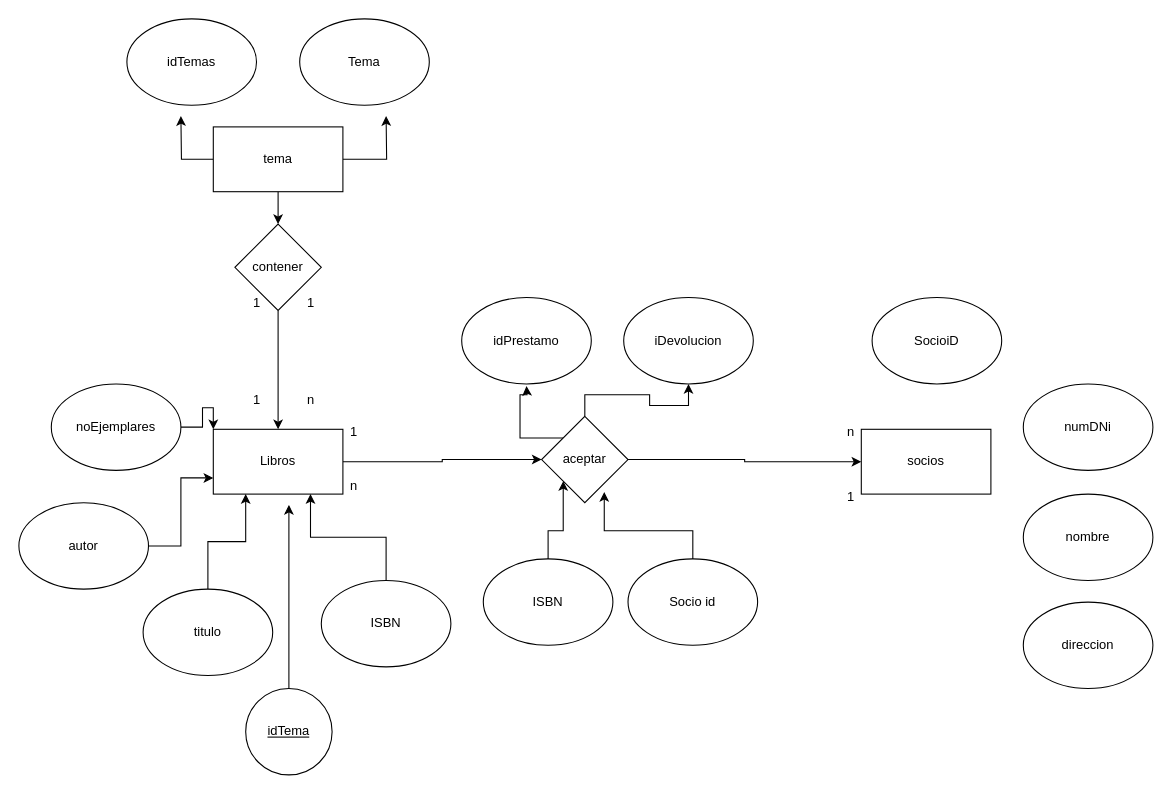
cohet3/Diagramas keeps this draw.io diagram as BibliobusDiseno.drawio. Above is the earlier version. Source tidied: cells renumbered, new cells numbered last; positions are measured from the earlier drawing's top-left corner, leaving out a move shared by most shapes. Both pictures are drawn from the tidied source at 108%, with x=0, y=0 at pixel (18, 18).
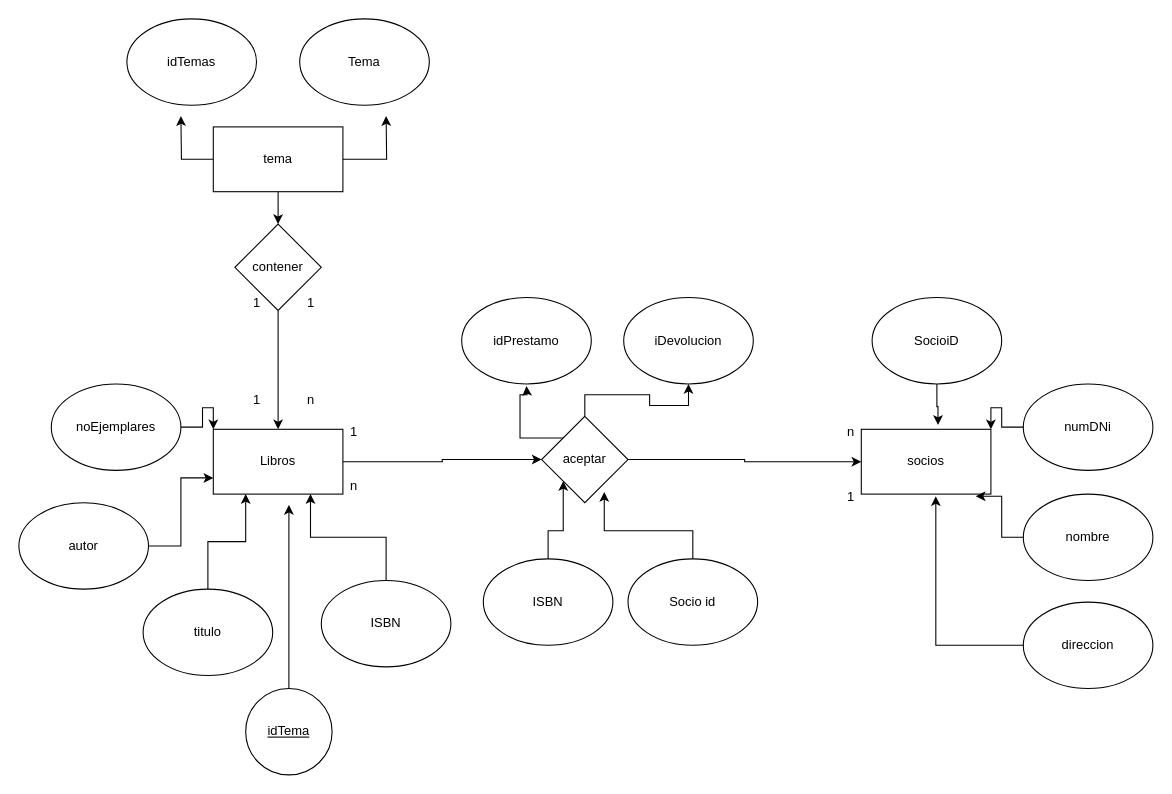
The same page after the edit.

The change refers to these unchanged cells:
```xml
<mxCell id="12" value="socios" style="rounded=0;whiteSpace=wrap;html=1;" parent="1" vertex="1">
  <mxGeometry x="780" y="380" width="120" height="60" as="geometry" />
</mxCell>
<mxCell id="23" value="SocioiD" style="ellipse;whiteSpace=wrap;html=1;" parent="1" vertex="1">
  <mxGeometry x="790" y="258" width="120" height="80" as="geometry" />
</mxCell>
<mxCell id="24" value="numDNi" style="ellipse;whiteSpace=wrap;html=1;" parent="1" vertex="1">
  <mxGeometry x="930" y="338" width="120" height="80" as="geometry" />
</mxCell>
<mxCell id="25" value="nombre" style="ellipse;whiteSpace=wrap;html=1;" parent="1" vertex="1">
  <mxGeometry x="930" y="440" width="120" height="80" as="geometry" />
</mxCell>
<mxCell id="26" value="direccion" style="ellipse;whiteSpace=wrap;html=1;" parent="1" vertex="1">
  <mxGeometry x="930" y="540" width="120" height="80" as="geometry" />
</mxCell>
```

What changed in the source:
```diff
@@
+    <mxCell id="45" style="edgeStyle=orthogonalEdgeStyle;rounded=0;jettySize=auto;html=1;entryX=1;entryY=0;entryDx=0;entryDy=0;" parent="1" edge="1" source="24" target="12">
+      <mxGeometry relative="1" as="geometry" />
+    </mxCell>
@@
+    <mxCell id="46" style="edgeStyle=orthogonalEdgeStyle;rounded=0;jettySize=auto;html=1;entryX=0.592;entryY=-0.067;entryDx=0;entryDy=0;entryPerimeter=0;" parent="1" edge="1" source="23" target="12">
+      <mxGeometry relative="1" as="geometry" />
+    </mxCell>
+    <mxCell id="47" style="edgeStyle=orthogonalEdgeStyle;rounded=0;jettySize=auto;html=1;entryX=0.883;entryY=1.033;entryDx=0;entryDy=0;entryPerimeter=0;" parent="1" edge="1" source="25" target="12">
+      <mxGeometry relative="1" as="geometry" />
+    </mxCell>
+    <mxCell id="48" style="edgeStyle=orthogonalEdgeStyle;rounded=0;jettySize=auto;html=1;entryX=0.575;entryY=1.033;entryDx=0;entryDy=0;entryPerimeter=0;" parent="1" edge="1" source="26" target="12">
+      <mxGeometry relative="1" as="geometry" />
+    </mxCell>
```
